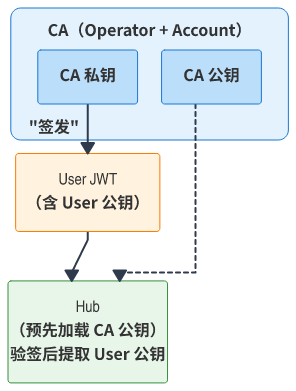
This is DecentralizedChat/paper/images/fig19_jwt_auth.png from yixianOu/Dchat, a Mermaid export, as it was before one commit. Its source is kept beside it as DecentralizedChat/paper/diagrams/fig19_jwt_auth.mmd.
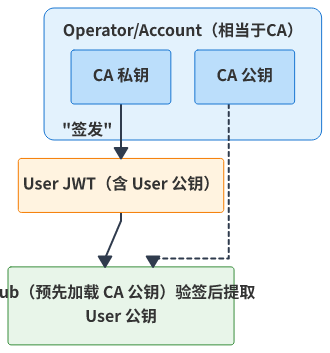
After the change.

Commit message:
feat: 更新系统架构图，调整文档内容，新增论文简化版

Diff of the diagram source:
```diff
@@ -1,12 +1,12 @@
 %%{init: {'flowchart': {'nodeSpacing': 12, 'rankSpacing': 60}}}%%
 flowchart TB
-    subgraph CA["CA（Operator + Account）"]
+    subgraph CA["Operator/Account（相当于CA）"]
         CAPri["CA 私钥"]
         CAPub["CA 公钥"]
     end
 
-    CAPri -->|"签发"| UJWT["User JWT<br/>（含 User 公钥）"]
-    UJWT --> Hub["Hub<br/>（预先加载 CA 公钥）<br/>验签后提取 User 公钥"]
+    CAPri -->|"签发"| UJWT["User JWT（含 User 公钥）"]
+    UJWT --> Hub["Hub（预先加载 CA 公钥）验签后提取 User 公钥"]
     CAPub -.-> Hub
 
     style CA fill:#e3f2fd,stroke:#1976d2
```
